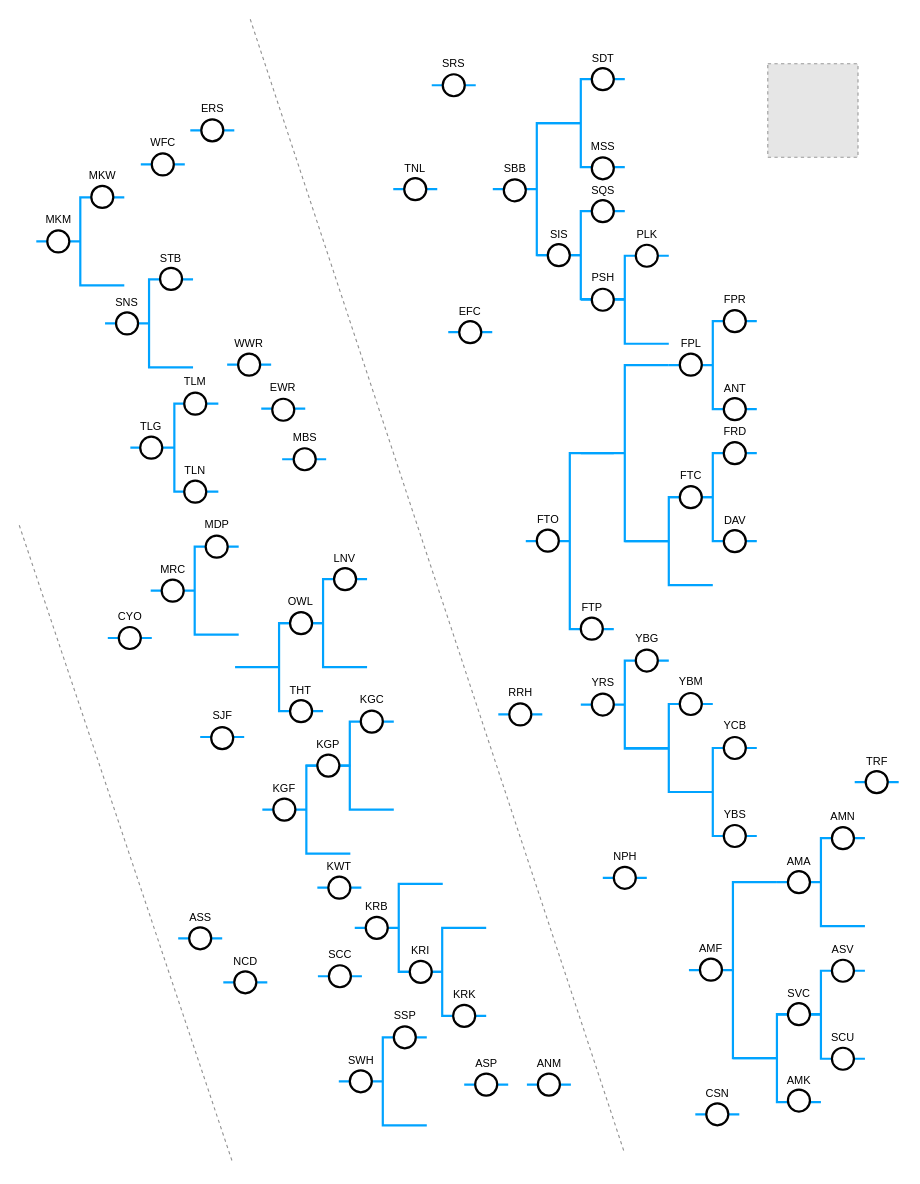
The draw.io diagram ch1 stats flowchart/drawio/cdecnetwork.drawio in elliewhite-usgs/phd-predicting-unguaged-basins, before the edit. Source tidied: cells renumbered, new cells numbered last; positions are measured from the earlier drawing's top-left corner, leaving out a move shared by most shapes. Both pictures are drawn from the tidied source at 110%, with x=0, y=0 at pixel (19, 19). Pictures stored in the file or linked from it are replaced by grey dashed boxes.
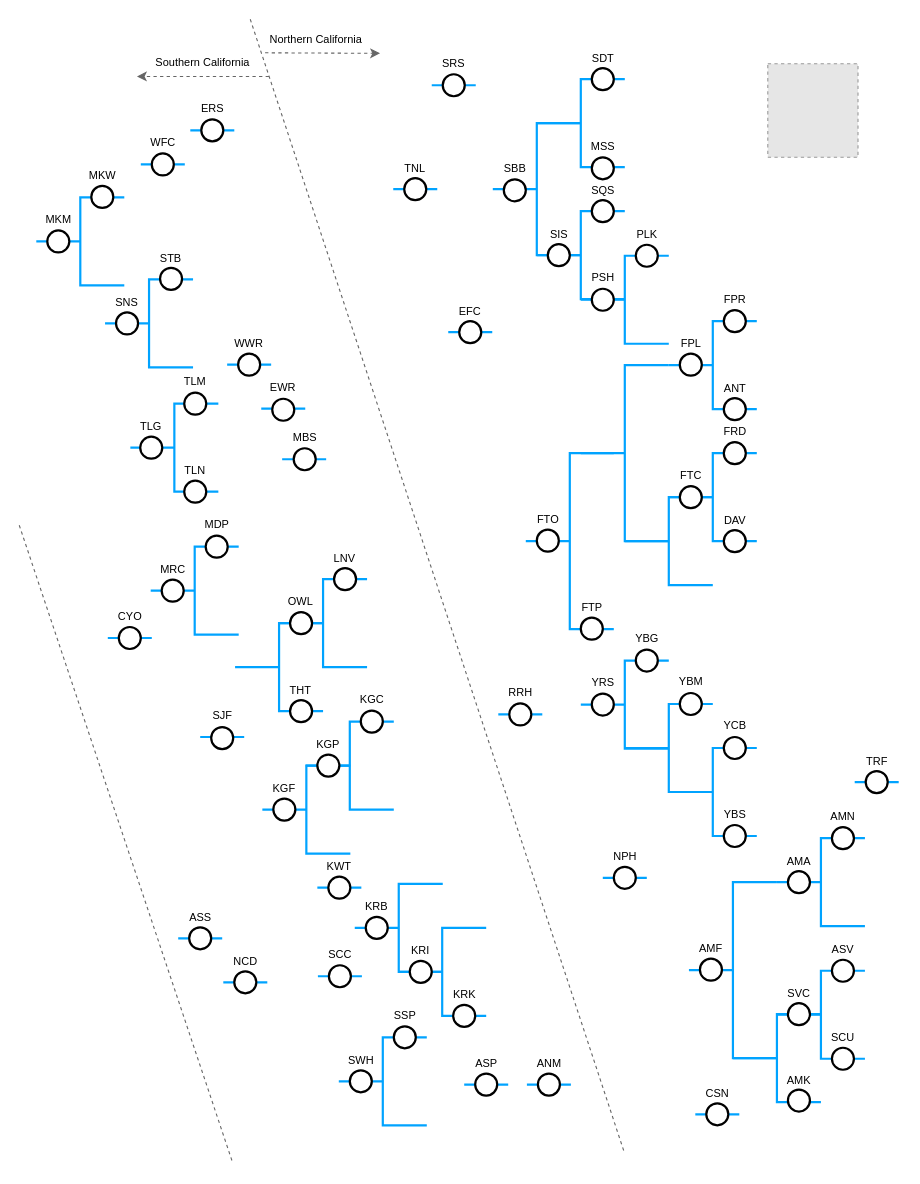
The same page after the edit.

The edit, as a diff of the source:
```diff
@@
-    <mxCell id="276" style="endArrow=none;dashed=1;html=1;strokeWidth=1;jumpSize=6;fontSize=10;strokeColor=#919191;" parent="1" edge="1">
+    <mxCell id="276" style="endArrow=none;dashed=1;html=1;strokeWidth=1;jumpSize=6;fontSize=10;strokeColor=#666666;fillColor=#f5f5f5;" parent="1" edge="1">
       <mxGeometry relative="1" as="geometry">
         <mxPoint x="210" as="sourcePoint" />
         <mxPoint x="550" y="1030" as="targetPoint" />
       </mxGeometry>
     </mxCell>
-    <mxCell id="277" style="endArrow=none;dashed=1;html=1;strokeColor=#919191;" parent="1" edge="1">
+    <mxCell id="277" style="endArrow=none;dashed=1;html=1;strokeColor=#666666;fillColor=#f5f5f5;" parent="1" edge="1">
       <mxGeometry relative="1" as="geometry">
         <mxPoint y="460" as="sourcePoint" />
         <mxPoint x="194" y="1039.5" as="targetPoint" />
       </mxGeometry>
     </mxCell>
@@
+    <mxCell id="291" style="endArrow=classic;html=1;dashed=1;fillColor=#f5f5f5;strokeColor=#666666;" parent="1" edge="1">
+      <mxGeometry relative="1" as="geometry">
+        <mxPoint x="223.5" y="30.5" as="sourcePoint" />
+        <mxPoint x="328" y="31" as="targetPoint" />
+      </mxGeometry>
+    </mxCell>
+    <mxCell id="292" value="&lt;font style=&quot;font-size: 10px&quot;&gt;Northern California&lt;/font&gt;" style="text;html=1;strokeColor=none;fillColor=none;align=center;verticalAlign=middle;whiteSpace=wrap;rounded=0;strokeWidth=2;" parent="1" vertex="1">
+      <mxGeometry x="219.5" y="8" width="100" height="20" as="geometry" />
+    </mxCell>
+    <mxCell id="293" style="endArrow=classic;html=1;dashed=1;fillColor=#f5f5f5;strokeColor=#666666;" parent="1" edge="1">
+      <mxGeometry relative="1" as="geometry">
+        <mxPoint x="227" y="52" as="sourcePoint" />
+        <mxPoint x="107" y="52" as="targetPoint" />
+      </mxGeometry>
+    </mxCell>
+    <mxCell id="294" value="&lt;font style=&quot;font-size: 10px&quot;&gt;Southern California&lt;/font&gt;" style="text;html=1;strokeColor=none;fillColor=none;align=center;verticalAlign=middle;whiteSpace=wrap;rounded=0;strokeWidth=2;" parent="1" vertex="1">
+      <mxGeometry x="117" y="29" width="100" height="20" as="geometry" />
+    </mxCell>
```
